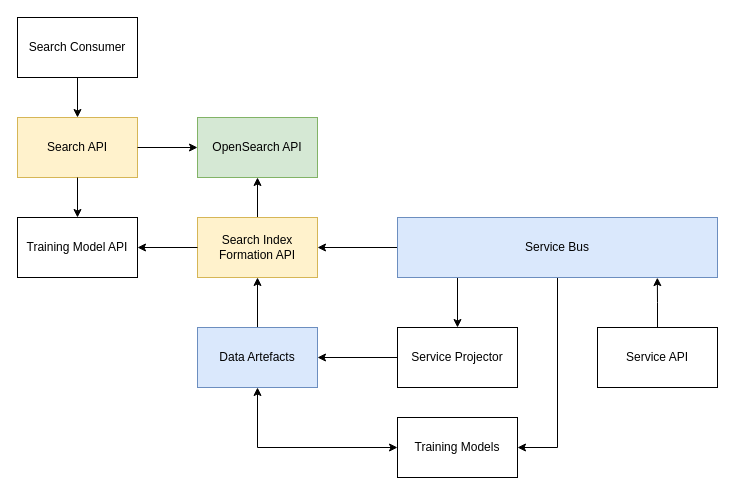
Earlier version of the draw.io diagram doc/design/Diagrams.drawio (gilo-agilo/innovation-hub-2022-challenge-04). Source tidied: cells renumbered, new cells numbered last; positions are measured from the earlier drawing's top-left corner, leaving out a move shared by most shapes. Both pictures are drawn from the tidied source at 100%, with x=0, y=0 at pixel (17, 17).
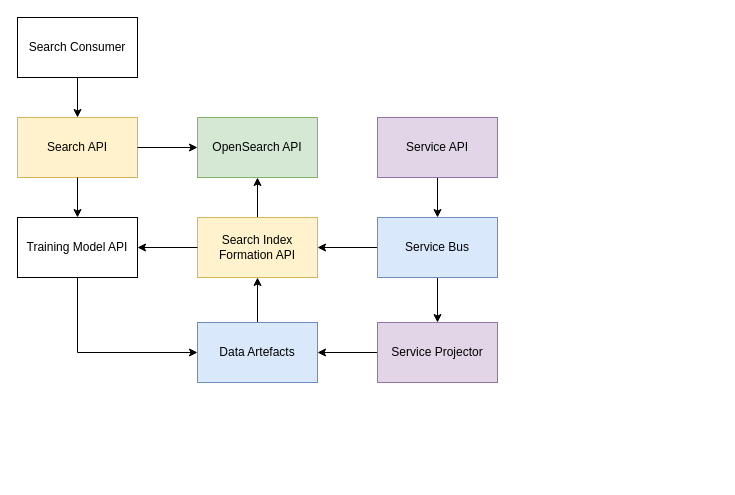
The same diagram, later.

Unchanged cells that the change refers to:
```xml
<mxCell id="11" value="Search Index Formation API" style="whiteSpace=wrap;html=1;rounded=0;fillColor=#fff2cc;strokeColor=#d6b656;" parent="1" vertex="1">
  <mxGeometry x="180" y="200" width="120" height="60" as="geometry" />
</mxCell>
<mxCell id="20" value="Training Model API" style="rounded=0;whiteSpace=wrap;html=1;" parent="1" vertex="1">
  <mxGeometry y="200" width="120" height="60" as="geometry" />
</mxCell>
```

What changed in the source:
```diff
@@
     <mxCell id="7" value="Data Artefacts" style="rounded=0;whiteSpace=wrap;html=1;fillColor=#dae8fc;strokeColor=#6c8ebf;" parent="1" vertex="1">
-      <mxGeometry x="180" y="310" width="120" height="60" as="geometry" />
+      <mxGeometry x="180" y="305" width="120" height="60" as="geometry" />
     </mxCell>
@@
-    <mxCell id="9" value="Service Projector" style="rounded=0;whiteSpace=wrap;html=1;" parent="1" vertex="1">
-      <mxGeometry x="380" y="310" width="120" height="60" as="geometry" />
+    <mxCell id="9" value="Service Projector" style="rounded=0;whiteSpace=wrap;html=1;fillColor=#e1d5e7;strokeColor=#9673a6;" parent="1" vertex="1">
+      <mxGeometry x="360" y="305" width="120" height="60" as="geometry" />
     </mxCell>
@@
-    <mxCell id="12" value="Training Models" style="rounded=0;whiteSpace=wrap;html=1;" parent="1" vertex="1">
-      <mxGeometry x="380" y="400" width="120" height="60" as="geometry" />
-    </mxCell>
-    <mxCell id="13" style="endArrow=classic;html=1;rounded=0;entryX=1;entryY=0.5;entryDx=0;entryDy=0;exitX=0.5;exitY=1;exitDx=0;exitDy=0;edgeStyle=orthogonalEdgeStyle;" parent="1" edge="1" source="18" target="12">
-      <mxGeometry relative="1" as="geometry" />
-    </mxCell>
-    <mxCell id="14" style="edgeStyle=orthogonalEdgeStyle;rounded=0;jettySize=auto;html=1;entryX=0.812;entryY=1.002;entryDx=0;entryDy=0;entryPerimeter=0;" parent="1" edge="1" source="15" target="18">
+    <mxCell id="14" style="edgeStyle=orthogonalEdgeStyle;rounded=0;jettySize=auto;html=1;entryX=0.5;entryY=0;entryDx=0;entryDy=0;" parent="1" edge="1" source="15" target="18">
       <mxGeometry relative="1" as="geometry" />
     </mxCell>
-    <mxCell id="15" value="Service API" style="rounded=0;whiteSpace=wrap;html=1;" parent="1" vertex="1">
-      <mxGeometry x="580" y="310" width="120" height="60" as="geometry" />
+    <mxCell id="15" value="Service API" style="rounded=0;whiteSpace=wrap;html=1;fillColor=#e1d5e7;strokeColor=#9673a6;" parent="1" vertex="1">
+      <mxGeometry x="360" y="100" width="120" height="60" as="geometry" />
     </mxCell>
+    <mxCell id="17" style="edgeStyle=orthogonalEdgeStyle;rounded=0;jettySize=auto;html=1;" parent="1" edge="1" source="18" target="11">
+      <mxGeometry relative="1" as="geometry" />
+    </mxCell>
-    <mxCell id="16" style="edgeStyle=orthogonalEdgeStyle;rounded=0;jettySize=auto;html=1;exitX=0.25;exitY=1;exitDx=0;exitDy=0;" parent="1" edge="1" source="18" target="9">
-      <mxGeometry relative="1" as="geometry">
-        <Array as="points">
-          <mxPoint x="440" y="260" />
-        </Array>
-      </mxGeometry>
+    <mxCell id="16" style="edgeStyle=orthogonalEdgeStyle;rounded=0;jettySize=auto;html=1;startArrow=none;startFill=0;" parent="1" edge="1" source="18" target="9">
+      <mxGeometry relative="1" as="geometry" />
     </mxCell>
-    <mxCell id="17" style="edgeStyle=orthogonalEdgeStyle;rounded=0;jettySize=auto;html=1;" parent="1" edge="1" source="18" target="11">
-      <mxGeometry relative="1" as="geometry" />
-    </mxCell>
     <mxCell id="18" value="Service Bus" style="whiteSpace=wrap;html=1;rounded=0;fillColor=#dae8fc;strokeColor=#6c8ebf;" parent="1" vertex="1">
-      <mxGeometry x="380" y="200" width="320" height="60" as="geometry" />
+      <mxGeometry x="360" y="200" width="120" height="60" as="geometry" />
     </mxCell>
-    <mxCell id="19" style="endArrow=classic;startArrow=classic;html=1;rounded=0;entryX=0.5;entryY=1;entryDx=0;entryDy=0;exitX=0;exitY=0.5;exitDx=0;exitDy=0;edgeStyle=orthogonalEdgeStyle;" parent="1" edge="1" source="12" target="7">
+    <mxCell id="19" style="endArrow=classic;startArrow=none;html=1;rounded=0;entryX=0;entryY=0.5;entryDx=0;entryDy=0;exitX=0.5;exitY=1;exitDx=0;exitDy=0;edgeStyle=orthogonalEdgeStyle;startFill=0;" parent="1" edge="1" source="20" target="7">
       <mxGeometry relative="1" as="geometry" />
     </mxCell>
```
